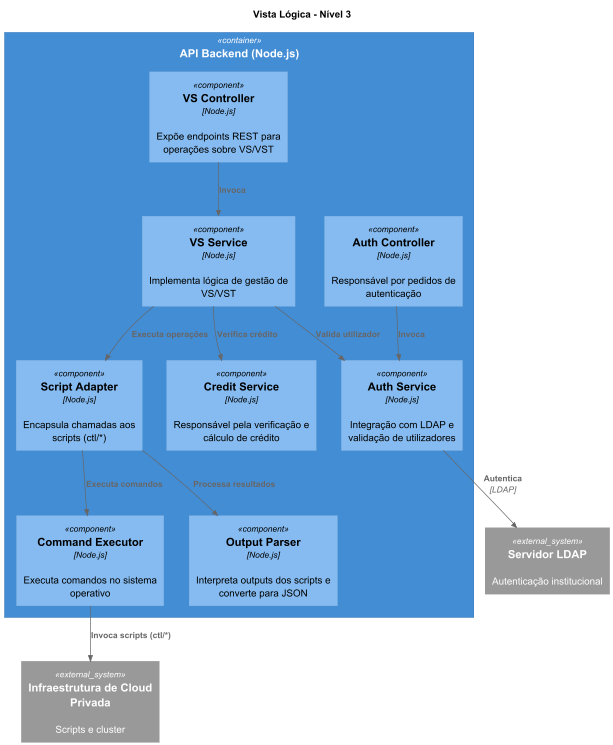
Above: docs/VISTAS/LÓGICA/VL3.png in tiagosoa/LEI-PROJ-FRONTEND (PlantUML), before the change.
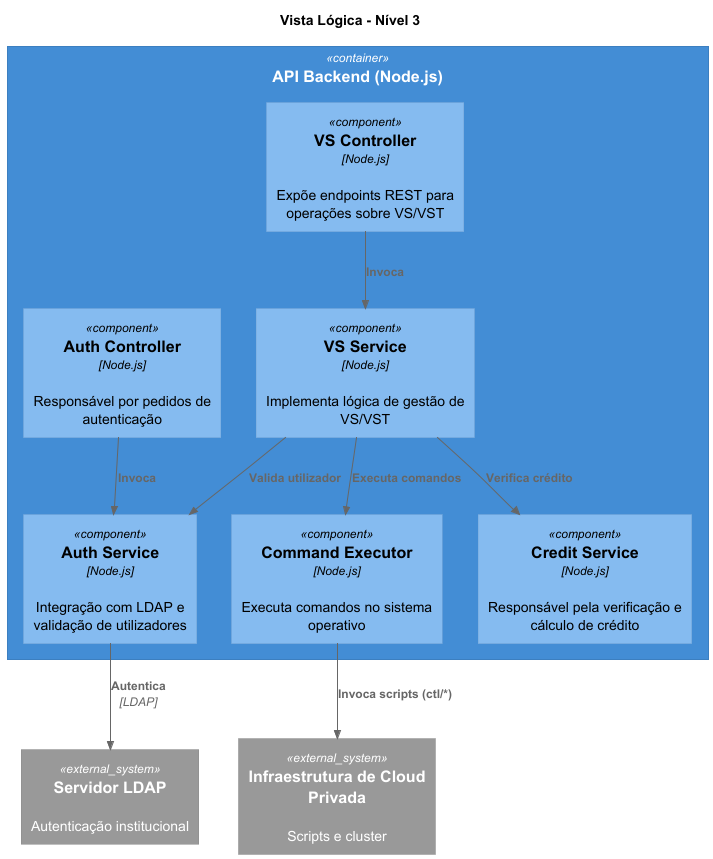
Above is the later version.

Diff of the diagram source:
```diff
@@ -17,10 +17,6 @@
 
     Component(commandExecutor, "Command Executor", "Node.js", "Executa comandos no sistema operativo")
 
-    Component(scriptAdapter, "Script Adapter", "Node.js", "Encapsula chamadas aos scripts (ctl/*)")
-
-    Component(outputParser, "Output Parser", "Node.js", "Interpreta outputs dos scripts e converte para JSON")
-
 }
 
 System_Ext(ldap, "Servidor LDAP", "Autenticação institucional")
@@ -35,13 +31,9 @@
 
 Rel(vsService, authService, "Valida utilizador")
 
-Rel(vsService, scriptAdapter, "Executa operações")
-
-Rel(scriptAdapter, commandExecutor, "Executa comandos")
+Rel(vsService, commandExecutor, "Executa comandos")
 
 Rel(commandExecutor, cloud, "Invoca scripts (ctl/*)")
-
-Rel(scriptAdapter, outputParser, "Processa resultados")
 
 Rel(authService, ldap, "Autentica", "LDAP")
 
```
